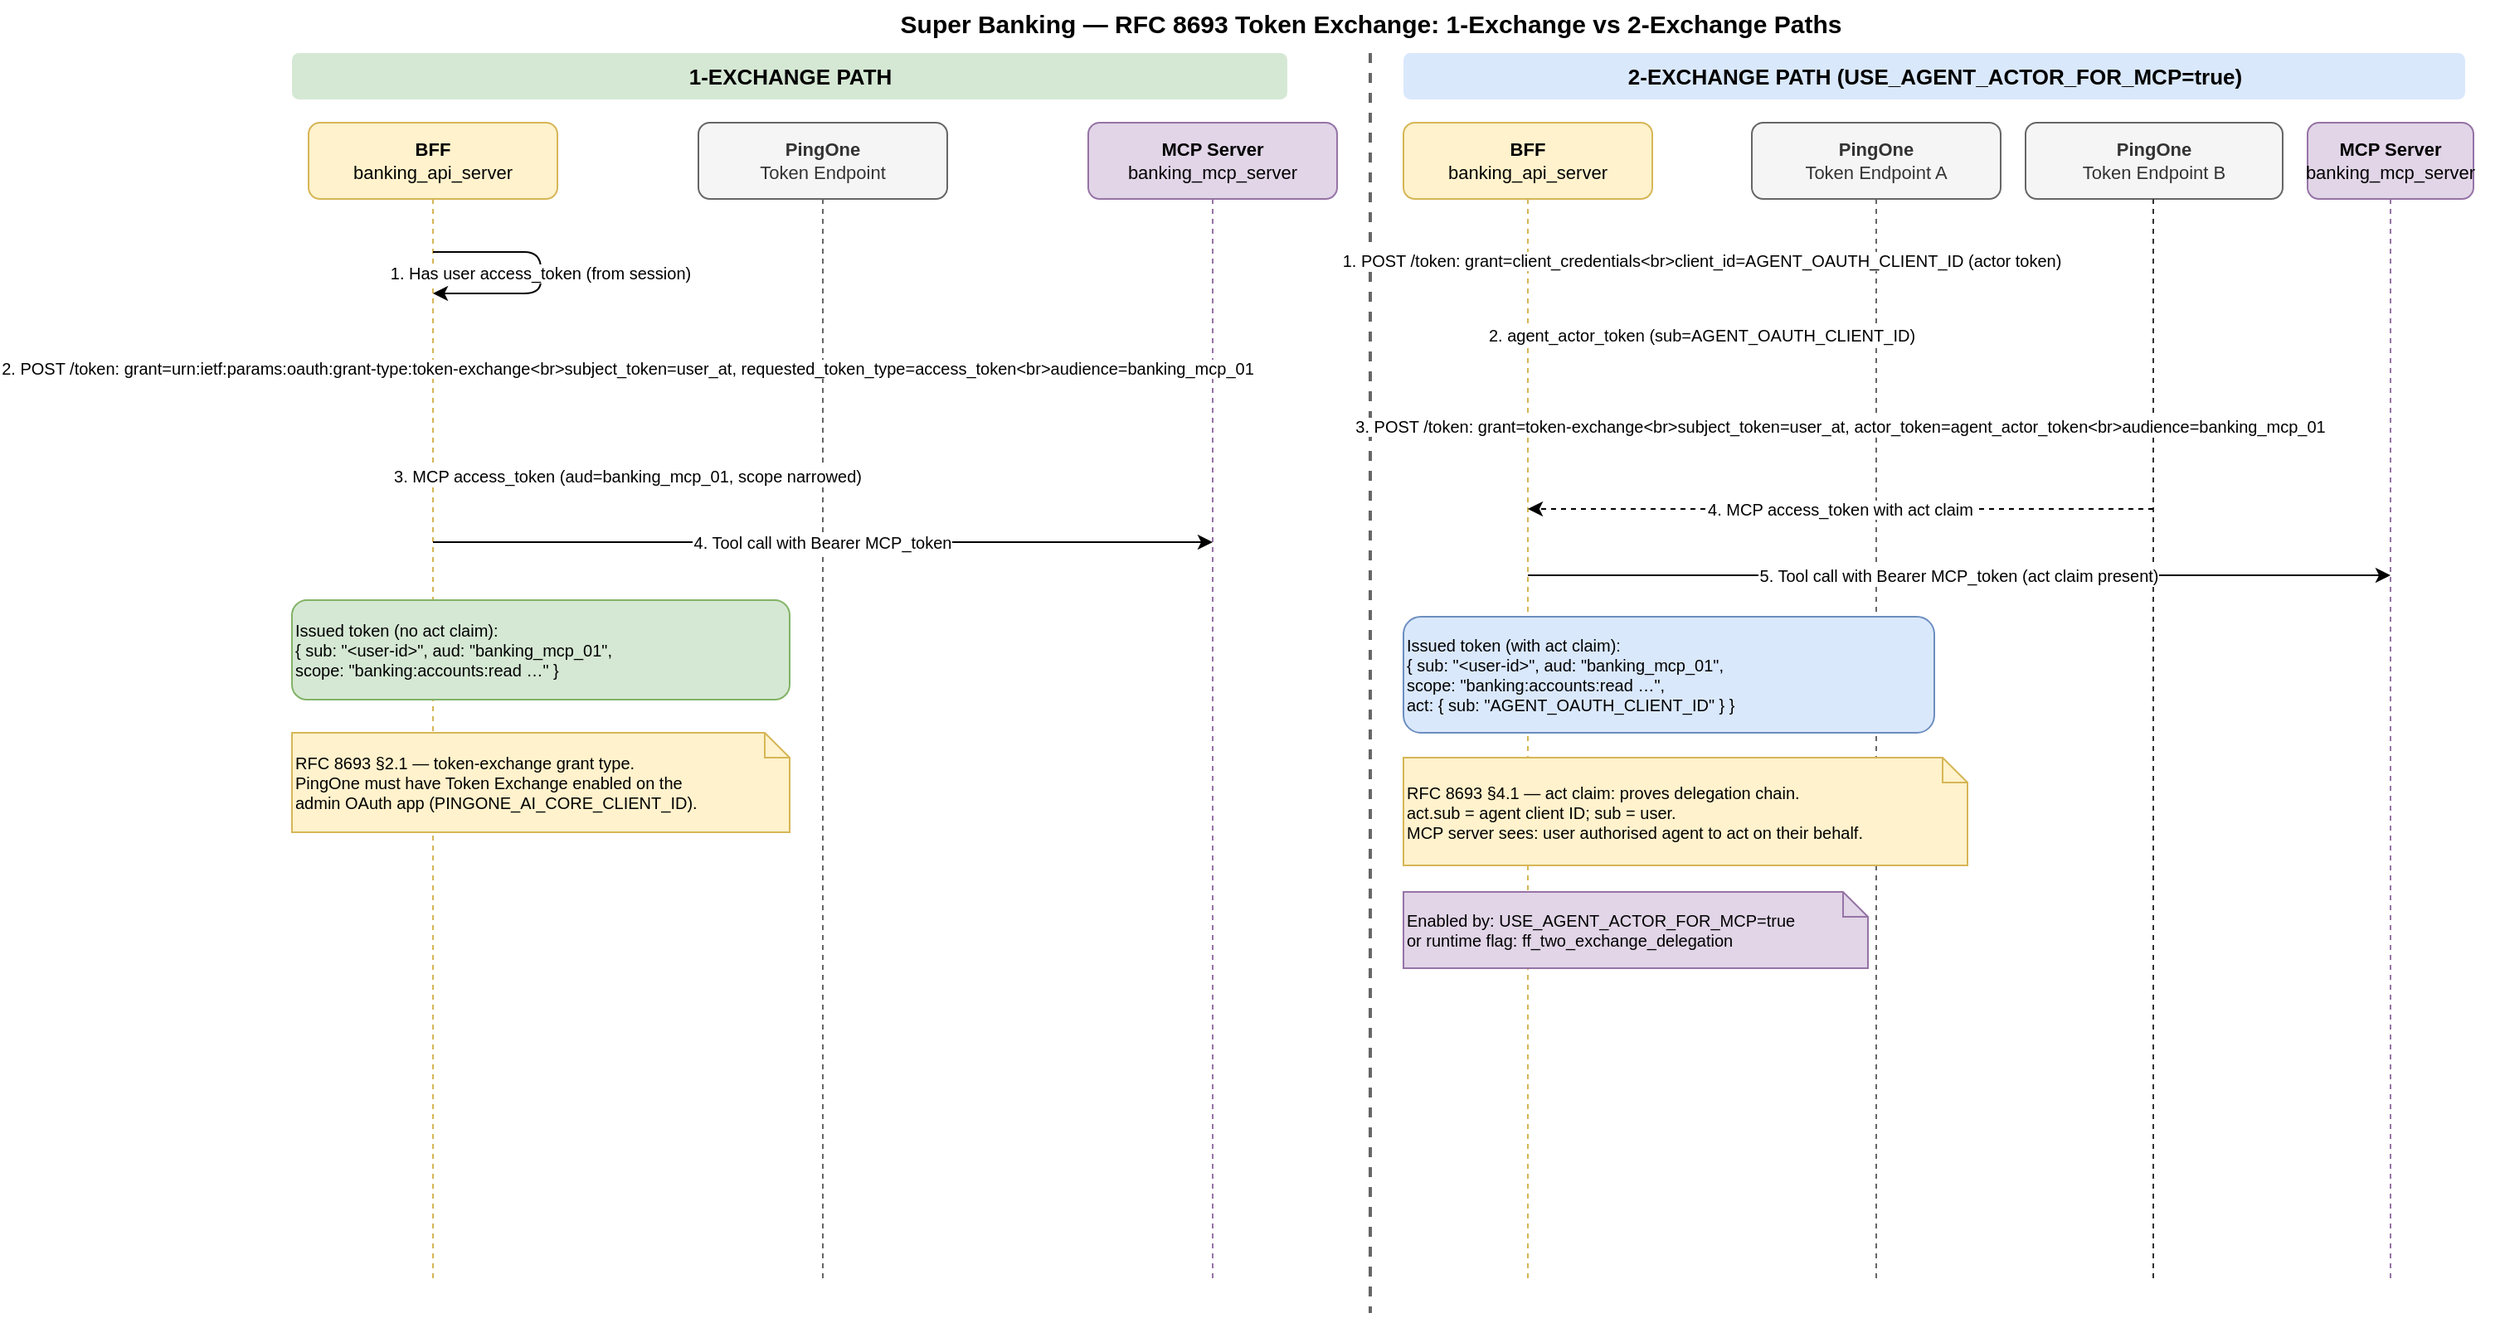
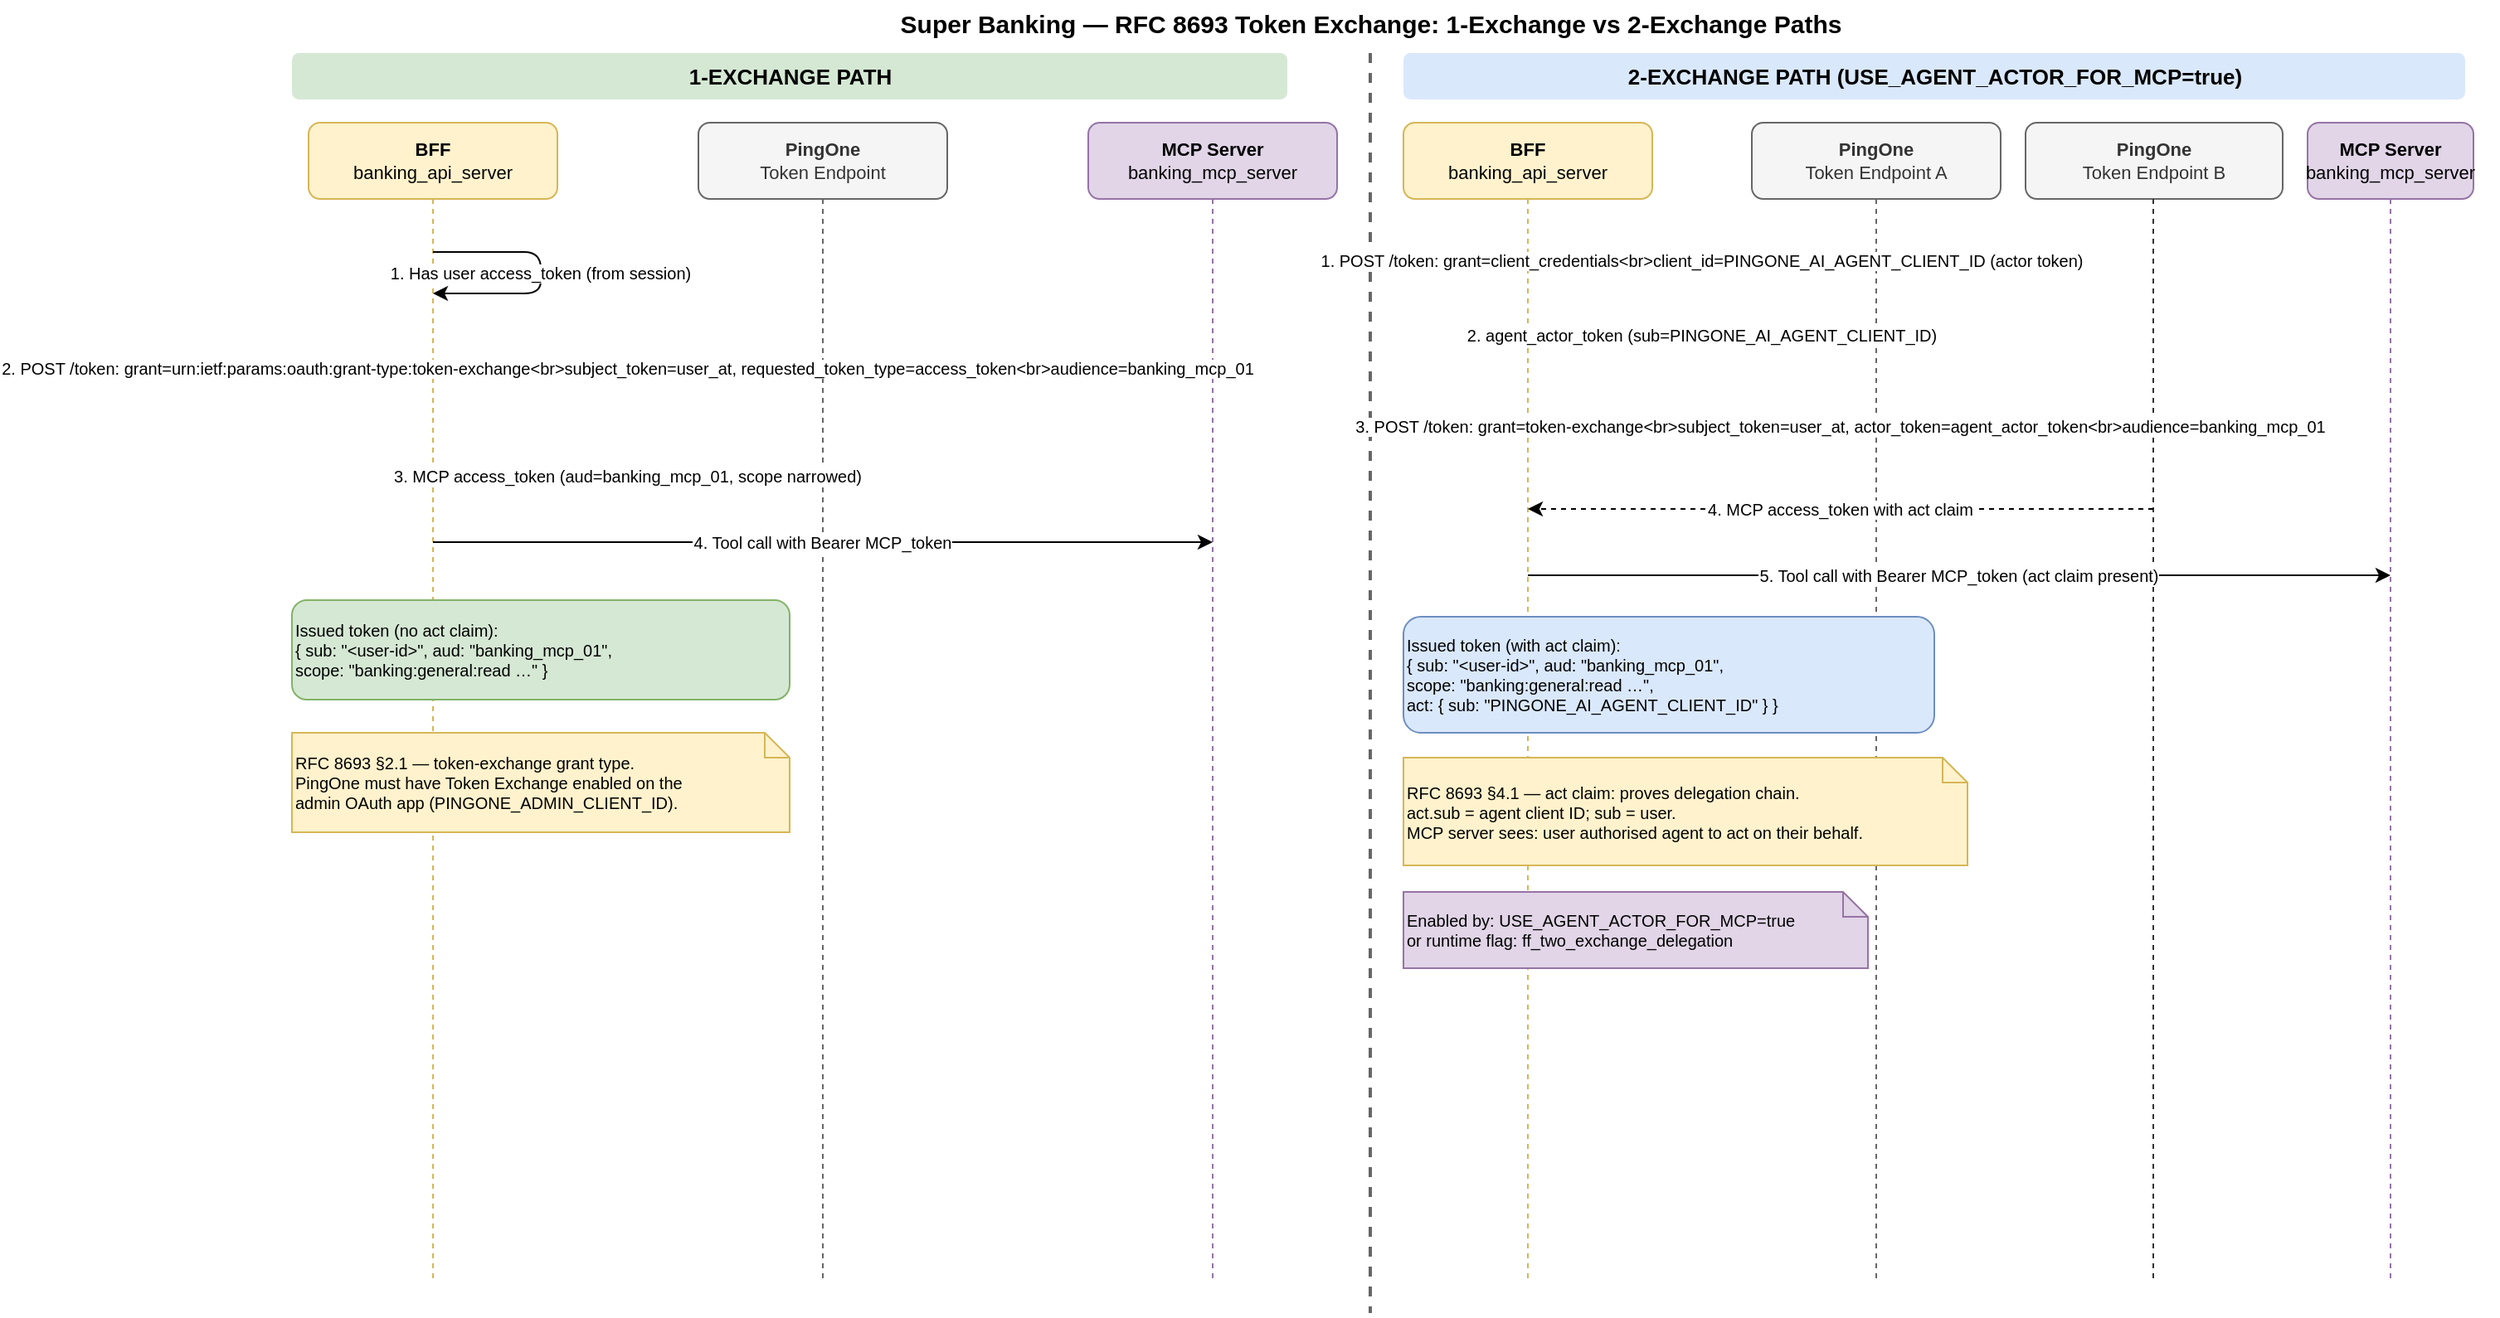
<mxfile host="app.diagrams.net" version="21.0.0">
  <diagram name="RFC 8693 Token Exchange — 1-Exchange vs 2-Exchange" id="token-exchange-flow-01">
    <mxGraphModel dx="1422" dy="762" grid="1" gridSize="10" guides="1" tooltips="1" connect="1" arrows="1" fold="1" page="1" pageScale="1" pageWidth="1400" pageHeight="820" math="0" shadow="0">
      <root>
        <mxCell id="0"/>
        <mxCell id="1" parent="0"/>

        <!-- Title -->
        <mxCell id="title" value="Super Banking — RFC 8693 Token Exchange: 1-Exchange vs 2-Exchange Paths" style="text;html=1;strokeColor=none;fillColor=none;align=center;verticalAlign=middle;fontSize=15;fontStyle=1;" vertex="1" parent="1">
          <mxGeometry x="20" y="8" width="1360" height="28" as="geometry"/>
        </mxCell>

        <!-- Divider between left (1-exchange) and right (2-exchange) -->
        <mxCell id="divider" value="" style="endArrow=none;dashed=1;strokeColor=#666666;strokeWidth=2;" edge="1" parent="1">
          <mxGeometry relative="1" as="geometry">
            <mxPoint x="700" y="40" as="sourcePoint"/>
            <mxPoint x="700" y="800" as="targetPoint"/>
          </mxGeometry>
        </mxCell>

        <!-- Column headers -->
        <mxCell id="col-left-label" value="1-EXCHANGE PATH" style="text;html=1;strokeColor=none;fillColor=#d5e8d4;rounded=1;fontSize=13;fontStyle=1;align=center;" vertex="1" parent="1">
          <mxGeometry x="50" y="40" width="600" height="28" as="geometry"/>
        </mxCell>
        <mxCell id="col-right-label" value="2-EXCHANGE PATH (USE_AGENT_ACTOR_FOR_MCP=true)" style="text;html=1;strokeColor=none;fillColor=#dae8fc;rounded=1;fontSize=13;fontStyle=1;align=center;" vertex="1" parent="1">
          <mxGeometry x="720" y="40" width="640" height="28" as="geometry"/>
        </mxCell>

        <!-- ═══════════════════════════════════════════════════════════ -->
        <!-- LEFT: 1-EXCHANGE PATH — BFF, PingOne Token Endpoint, MCP   -->
        <!-- ═══════════════════════════════════════════════════════════ -->

        <!-- Actor headers (left side) -->
        <mxCell id="l-actor-bff" value="&lt;b&gt;BFF&lt;/b&gt;&lt;br&gt;banking_api_server" style="rounded=1;whiteSpace=wrap;html=1;fillColor=#fff2cc;strokeColor=#d6b656;fontSize=11;" vertex="1" parent="1">
          <mxGeometry x="60" y="82" width="150" height="46" as="geometry"/>
        </mxCell>
        <mxCell id="l-actor-p1" value="&lt;b&gt;PingOne&lt;/b&gt;&lt;br&gt;Token Endpoint" style="rounded=1;whiteSpace=wrap;html=1;fillColor=#f5f5f5;strokeColor=#666666;fontColor=#333333;fontSize=11;" vertex="1" parent="1">
          <mxGeometry x="295" y="82" width="150" height="46" as="geometry"/>
        </mxCell>
        <mxCell id="l-actor-mcp" value="&lt;b&gt;MCP Server&lt;/b&gt;&lt;br&gt;banking_mcp_server" style="rounded=1;whiteSpace=wrap;html=1;fillColor=#e1d5e7;strokeColor=#9673a6;fontSize=11;" vertex="1" parent="1">
          <mxGeometry x="530" y="82" width="150" height="46" as="geometry"/>
        </mxCell>

        <!-- Lifelines left side -->
        <mxCell id="l-life-bff" style="endArrow=none;dashed=1;strokeColor=#d6b656;strokeWidth=1;" edge="1" parent="1">
          <mxGeometry relative="1" as="geometry">
            <mxPoint x="135" y="128" as="sourcePoint"/>
            <mxPoint x="135" y="780" as="targetPoint"/>
          </mxGeometry>
        </mxCell>
        <mxCell id="l-life-p1" style="endArrow=none;dashed=1;strokeColor=#666666;strokeWidth=1;" edge="1" parent="1">
          <mxGeometry relative="1" as="geometry">
            <mxPoint x="370" y="128" as="sourcePoint"/>
            <mxPoint x="370" y="780" as="targetPoint"/>
          </mxGeometry>
        </mxCell>
        <mxCell id="l-life-mcp" style="endArrow=none;dashed=1;strokeColor=#9673a6;strokeWidth=1;" edge="1" parent="1">
          <mxGeometry relative="1" as="geometry">
            <mxPoint x="605" y="128" as="sourcePoint"/>
            <mxPoint x="605" y="780" as="targetPoint"/>
          </mxGeometry>
        </mxCell>

        <!-- Left steps -->

        <!-- L1: BFF self-activation: has user access_token -->
        <mxCell id="l-s1" value="1. Has user access_token (from session)" style="edgeStyle=orthogonalEdgeStyle;rounded=1;fontSize=10;labelBackgroundColor=#ffffff;" edge="1" parent="1">
          <mxGeometry relative="1" as="geometry">
            <mxPoint x="135" y="160" as="sourcePoint"/>
            <mxPoint x="135" y="185" as="targetPoint"/>
            <Array as="points">
              <mxPoint x="200" y="160"/>
              <mxPoint x="200" y="185"/>
            </Array>
          </mxGeometry>
        </mxCell>

        <!-- L2: BFF → PingOne: token exchange -->
        <mxCell id="l-s2" value="2. POST /token: grant=urn:ietf:params:oauth:grant-type:token-exchange&lt;br&gt;subject_token=user_at, requested_token_type=access_token&lt;br&gt;audience=banking_mcp_01" style="edgeStyle=orthogonalEdgeStyle;rounded=0;fontSize=10;labelBackgroundColor=#ffffff;" edge="1" parent="1">
          <mxGeometry relative="1" as="geometry">
            <mxPoint x="135" y="230" as="sourcePoint"/>
            <mxPoint x="370" y="230" as="targetPoint"/>
          </mxGeometry>
        </mxCell>

        <!-- L3: PingOne → BFF: MCP token (dashed) -->
        <mxCell id="l-s3" value="3. MCP access_token (aud=banking_mcp_01, scope narrowed)" style="edgeStyle=orthogonalEdgeStyle;rounded=0;fontSize=10;labelBackgroundColor=#ffffff;dashed=1;" edge="1" parent="1">
          <mxGeometry relative="1" as="geometry">
            <mxPoint x="370" y="295" as="sourcePoint"/>
            <mxPoint x="135" y="295" as="targetPoint"/>
          </mxGeometry>
        </mxCell>

        <!-- L4: BFF → MCP Server: tool call with MCP token -->
        <mxCell id="l-s4" value="4. Tool call with Bearer MCP_token" style="edgeStyle=orthogonalEdgeStyle;rounded=0;fontSize=10;labelBackgroundColor=#ffffff;" edge="1" parent="1">
          <mxGeometry relative="1" as="geometry">
            <mxPoint x="135" y="335" as="sourcePoint"/>
            <mxPoint x="605" y="335" as="targetPoint"/>
          </mxGeometry>
        </mxCell>

        <!-- Left annotation: token structure -->
-         <mxCell id="l-note1" value="Issued token (no act claim):&lt;br&gt;{ sub: &quot;&amp;lt;user-id&amp;gt;&quot;, aud: &quot;banking_mcp_01&quot;,&lt;br&gt;  scope: &quot;banking:accounts:read …&quot; }" style="rounded=1;whiteSpace=wrap;html=1;fillColor=#d5e8d4;strokeColor=#82b366;fontSize=10;align=left;" vertex="1" parent="1">
+         <mxCell id="l-note1" value="Issued token (no act claim):&lt;br&gt;{ sub: &quot;&amp;lt;user-id&amp;gt;&quot;, aud: &quot;banking_mcp_01&quot;,&lt;br&gt;  scope: &quot;banking:general:read …&quot; }" style="rounded=1;whiteSpace=wrap;html=1;fillColor=#d5e8d4;strokeColor=#82b366;fontSize=10;align=left;" vertex="1" parent="1">
          <mxGeometry x="50" y="370" width="300" height="60" as="geometry"/>
        </mxCell>

        <!-- Left note: RFC 8693 -->
-         <mxCell id="l-note2" value="RFC 8693 §2.1 — token-exchange grant type.&lt;br&gt;PingOne must have Token Exchange enabled on the&lt;br&gt;admin OAuth app (PINGONE_AI_CORE_CLIENT_ID)." style="shape=note;whiteSpace=wrap;html=1;backgroundOutline=1;size=15;fillColor=#fff2cc;strokeColor=#d6b656;fontSize=10;align=left;" vertex="1" parent="1">
+         <mxCell id="l-note2" value="RFC 8693 §2.1 — token-exchange grant type.&lt;br&gt;PingOne must have Token Exchange enabled on the&lt;br&gt;admin OAuth app (PINGONE_ADMIN_CLIENT_ID)." style="shape=note;whiteSpace=wrap;html=1;backgroundOutline=1;size=15;fillColor=#fff2cc;strokeColor=#d6b656;fontSize=10;align=left;" vertex="1" parent="1">
          <mxGeometry x="50" y="450" width="300" height="60" as="geometry"/>
        </mxCell>

        <!-- ═══════════════════════════════════════════════════════════ -->
        <!-- RIGHT: 2-EXCHANGE PATH — BFF, Agent CC, PingOne x2, MCP   -->
        <!-- ═══════════════════════════════════════════════════════════ -->

        <!-- Actor headers (right side) -->
        <mxCell id="r-actor-bff" value="&lt;b&gt;BFF&lt;/b&gt;&lt;br&gt;banking_api_server" style="rounded=1;whiteSpace=wrap;html=1;fillColor=#fff2cc;strokeColor=#d6b656;fontSize=11;" vertex="1" parent="1">
          <mxGeometry x="720" y="82" width="150" height="46" as="geometry"/>
        </mxCell>
        <mxCell id="r-actor-p1a" value="&lt;b&gt;PingOne&lt;/b&gt;&lt;br&gt;Token Endpoint A" style="rounded=1;whiteSpace=wrap;html=1;fillColor=#f5f5f5;strokeColor=#666666;fontColor=#333333;fontSize=11;" vertex="1" parent="1">
          <mxGeometry x="930" y="82" width="150" height="46" as="geometry"/>
        </mxCell>
        <mxCell id="r-actor-p1b" value="&lt;b&gt;PingOne&lt;/b&gt;&lt;br&gt;Token Endpoint B" style="rounded=1;whiteSpace=wrap;html=1;fillColor=#f5f5f5;strokeColor=#666666;fontColor=#333333;fontSize=11;" vertex="1" parent="1">
          <mxGeometry x="1095" y="82" width="155" height="46" as="geometry"/>
        </mxCell>
        <mxCell id="r-actor-mcp" value="&lt;b&gt;MCP Server&lt;/b&gt;&lt;br&gt;banking_mcp_server" style="rounded=1;whiteSpace=wrap;html=1;fillColor=#e1d5e7;strokeColor=#9673a6;fontSize=11;" vertex="1" parent="1">
          <mxGeometry x="1265" y="82" width="100" height="46" as="geometry"/>
        </mxCell>

        <!-- Lifelines right side -->
        <mxCell id="r-life-bff" style="endArrow=none;dashed=1;strokeColor=#d6b656;strokeWidth=1;" edge="1" parent="1">
          <mxGeometry relative="1" as="geometry">
            <mxPoint x="795" y="128" as="sourcePoint"/>
            <mxPoint x="795" y="780" as="targetPoint"/>
          </mxGeometry>
        </mxCell>
        <mxCell id="r-life-p1a" style="endArrow=none;dashed=1;strokeColor=#666666;strokeWidth=1;" edge="1" parent="1">
          <mxGeometry relative="1" as="geometry">
            <mxPoint x="1005" y="128" as="sourcePoint"/>
            <mxPoint x="1005" y="780" as="targetPoint"/>
          </mxGeometry>
        </mxCell>
        <mxCell id="r-life-p1b" style="endArrow=none;dashed=1;strokeColor=#333333;strokeWidth=1;" edge="1" parent="1">
          <mxGeometry relative="1" as="geometry">
            <mxPoint x="1172" y="128" as="sourcePoint"/>
            <mxPoint x="1172" y="780" as="targetPoint"/>
          </mxGeometry>
        </mxCell>
        <mxCell id="r-life-mcp" style="endArrow=none;dashed=1;strokeColor=#9673a6;strokeWidth=1;" edge="1" parent="1">
          <mxGeometry relative="1" as="geometry">
            <mxPoint x="1315" y="128" as="sourcePoint"/>
            <mxPoint x="1315" y="780" as="targetPoint"/>
          </mxGeometry>
        </mxCell>

        <!-- Right steps -->

        <!-- R1: BFF → PingOne A: client credentials (actor token) -->
-         <mxCell id="r-s1" value="1. POST /token: grant=client_credentials&lt;br&gt;client_id=AGENT_OAUTH_CLIENT_ID  (actor token)" style="edgeStyle=orthogonalEdgeStyle;rounded=0;fontSize=10;labelBackgroundColor=#ffffff;" edge="1" parent="1">
+         <mxCell id="r-s1" value="1. POST /token: grant=client_credentials&lt;br&gt;client_id=PINGONE_AI_AGENT_CLIENT_ID  (actor token)" style="edgeStyle=orthogonalEdgeStyle;rounded=0;fontSize=10;labelBackgroundColor=#ffffff;" edge="1" parent="1">
          <mxGeometry relative="1" as="geometry">
            <mxPoint x="795" y="165" as="sourcePoint"/>
            <mxPoint x="1005" y="165" as="targetPoint"/>
          </mxGeometry>
        </mxCell>

        <!-- R2: PingOne A → BFF: agent_actor_token (dashed) -->
-         <mxCell id="r-s2" value="2. agent_actor_token  (sub=AGENT_OAUTH_CLIENT_ID)" style="edgeStyle=orthogonalEdgeStyle;rounded=0;fontSize=10;labelBackgroundColor=#ffffff;dashed=1;" edge="1" parent="1">
+         <mxCell id="r-s2" value="2. agent_actor_token  (sub=PINGONE_AI_AGENT_CLIENT_ID)" style="edgeStyle=orthogonalEdgeStyle;rounded=0;fontSize=10;labelBackgroundColor=#ffffff;dashed=1;" edge="1" parent="1">
          <mxGeometry relative="1" as="geometry">
            <mxPoint x="1005" y="210" as="sourcePoint"/>
            <mxPoint x="795" y="210" as="targetPoint"/>
          </mxGeometry>
        </mxCell>

        <!-- R3: BFF → PingOne B: token exchange with actor_token -->
        <mxCell id="r-s3" value="3. POST /token: grant=token-exchange&lt;br&gt;subject_token=user_at, actor_token=agent_actor_token&lt;br&gt;audience=banking_mcp_01" style="edgeStyle=orthogonalEdgeStyle;rounded=0;fontSize=10;labelBackgroundColor=#ffffff;" edge="1" parent="1">
          <mxGeometry relative="1" as="geometry">
            <mxPoint x="795" y="265" as="sourcePoint"/>
            <mxPoint x="1172" y="265" as="targetPoint"/>
          </mxGeometry>
        </mxCell>

        <!-- R4: PingOne B → BFF: MCP token with act claim (dashed) -->
        <mxCell id="r-s4" value="4. MCP access_token with act claim" style="edgeStyle=orthogonalEdgeStyle;rounded=0;fontSize=10;labelBackgroundColor=#ffffff;dashed=1;" edge="1" parent="1">
          <mxGeometry relative="1" as="geometry">
            <mxPoint x="1172" y="315" as="sourcePoint"/>
            <mxPoint x="795" y="315" as="targetPoint"/>
          </mxGeometry>
        </mxCell>

        <!-- R5: BFF → MCP Server: tool call with bearer -->
        <mxCell id="r-s5" value="5. Tool call with Bearer MCP_token (act claim present)" style="edgeStyle=orthogonalEdgeStyle;rounded=0;fontSize=10;labelBackgroundColor=#ffffff;" edge="1" parent="1">
          <mxGeometry relative="1" as="geometry">
            <mxPoint x="795" y="355" as="sourcePoint"/>
            <mxPoint x="1315" y="355" as="targetPoint"/>
          </mxGeometry>
        </mxCell>

        <!-- Right annotation: act claim token structure -->
-         <mxCell id="r-note1" value="Issued token (with act claim):&lt;br&gt;{ sub: &quot;&amp;lt;user-id&amp;gt;&quot;, aud: &quot;banking_mcp_01&quot;,&lt;br&gt;  scope: &quot;banking:accounts:read …&quot;,&lt;br&gt;  act: { sub: &quot;AGENT_OAUTH_CLIENT_ID&quot; } }" style="rounded=1;whiteSpace=wrap;html=1;fillColor=#dae8fc;strokeColor=#6c8ebf;fontSize=10;align=left;" vertex="1" parent="1">
+         <mxCell id="r-note1" value="Issued token (with act claim):&lt;br&gt;{ sub: &quot;&amp;lt;user-id&amp;gt;&quot;, aud: &quot;banking_mcp_01&quot;,&lt;br&gt;  scope: &quot;banking:general:read …&quot;,&lt;br&gt;  act: { sub: &quot;PINGONE_AI_AGENT_CLIENT_ID&quot; } }" style="rounded=1;whiteSpace=wrap;html=1;fillColor=#dae8fc;strokeColor=#6c8ebf;fontSize=10;align=left;" vertex="1" parent="1">
          <mxGeometry x="720" y="380" width="320" height="70" as="geometry"/>
        </mxCell>

        <!-- Right note: RFC 8693 §4.1 act claim explanation -->
        <mxCell id="r-note2" value="RFC 8693 §4.1 — act claim: proves delegation chain.&lt;br&gt;act.sub = agent client ID; sub = user.&lt;br&gt;MCP server sees: user authorised agent to act on their behalf." style="shape=note;whiteSpace=wrap;html=1;backgroundOutline=1;size=15;fillColor=#fff2cc;strokeColor=#d6b656;fontSize=10;align=left;" vertex="1" parent="1">
          <mxGeometry x="720" y="465" width="340" height="65" as="geometry"/>
        </mxCell>

        <!-- Right note: feature flag -->
        <mxCell id="r-note3" value="Enabled by: USE_AGENT_ACTOR_FOR_MCP=true&lt;br&gt;or runtime flag: ff_two_exchange_delegation" style="shape=note;whiteSpace=wrap;html=1;backgroundOutline=1;size=15;fillColor=#e1d5e7;strokeColor=#9673a6;fontSize=10;align=left;" vertex="1" parent="1">
          <mxGeometry x="720" y="546" width="280" height="46" as="geometry"/>
        </mxCell>
      </root>
    </mxGraphModel>
  </diagram>
</mxfile>
